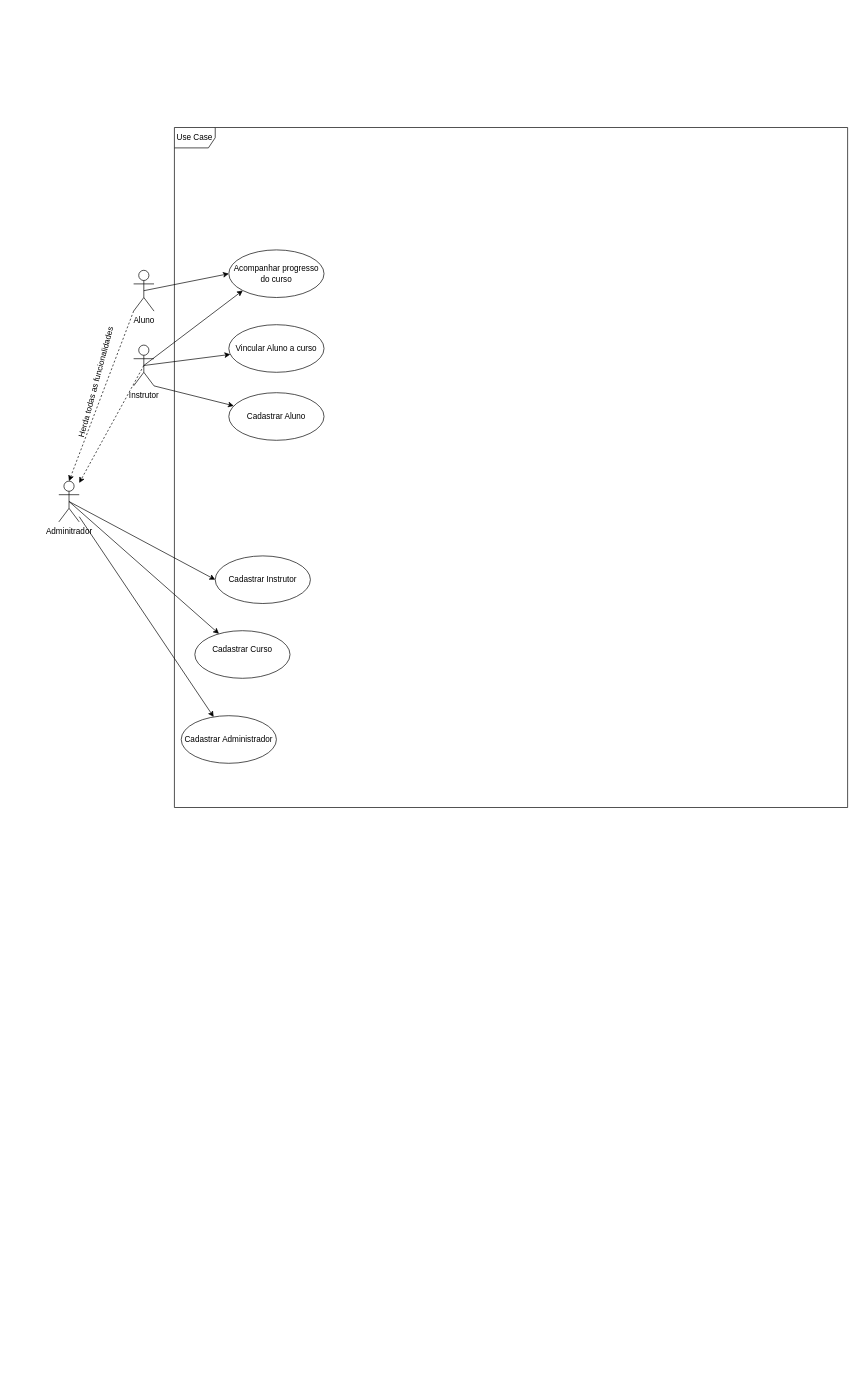
Gileno29/EAD keeps this draw.io diagram as Diagrama sem nome.drawio. Above is the earlier version. Source tidied: cells renumbered, new cells numbered last; positions are measured from the earlier drawing's top-left corner, leaving out a move shared by most shapes. Both pictures are drawn from the tidied source at 68%, with x=0, y=0 at pixel (31, 127).
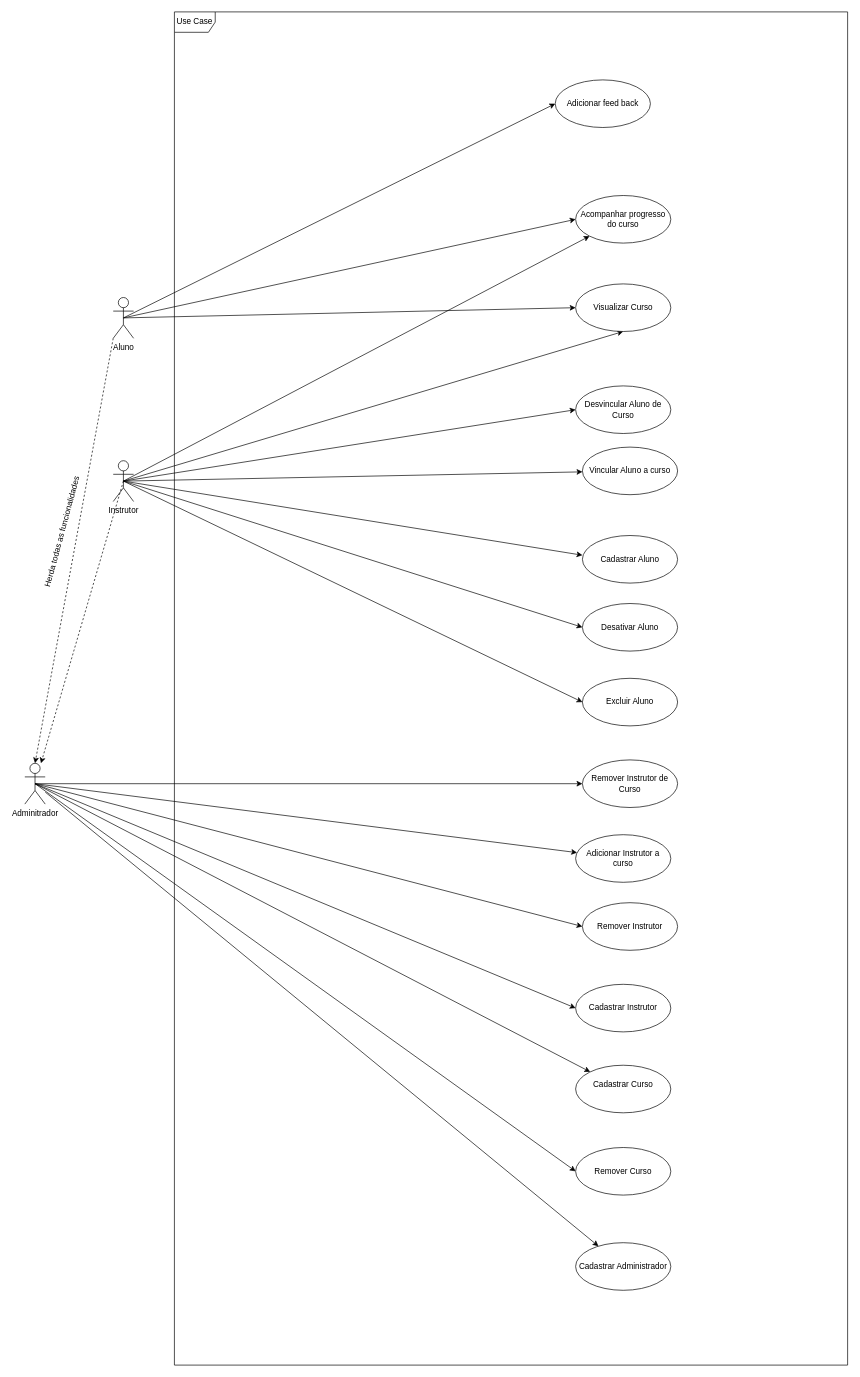
The same page after the edit.

Change to the diagram source:
```diff
@@
-    <mxCell id="2" style="rounded=0;jettySize=auto;html=1;exitX=1;exitY=1;exitDx=0;exitDy=0;exitPerimeter=0;" parent="1" edge="1" source="6" target="9">
-      <mxGeometry relative="1" as="geometry" />
-    </mxCell>
@@
+    <mxCell id="22" style="rounded=0;jettySize=auto;html=1;exitX=0.5;exitY=0.5;exitDx=0;exitDy=0;exitPerimeter=0;entryX=0;entryY=0.5;entryDx=0;entryDy=0;" parent="1" edge="1" source="6" target="32">
+      <mxGeometry relative="1" as="geometry" />
+    </mxCell>
+    <mxCell id="23" style="rounded=0;jettySize=auto;html=1;exitX=0.5;exitY=0.5;exitDx=0;exitDy=0;exitPerimeter=0;entryX=0;entryY=0.5;entryDx=0;entryDy=0;" parent="1" edge="1" source="6" target="33">
+      <mxGeometry relative="1" as="geometry" />
+    </mxCell>
+    <mxCell id="24" style="rounded=0;jettySize=auto;html=1;exitX=0.5;exitY=0.5;exitDx=0;exitDy=0;exitPerimeter=0;entryX=0;entryY=0.5;entryDx=0;entryDy=0;" parent="1" edge="1" source="6" target="34">
+      <mxGeometry relative="1" as="geometry" />
+    </mxCell>
+    <mxCell id="25" style="rounded=0;jettySize=auto;html=1;exitX=0.5;exitY=0.5;exitDx=0;exitDy=0;exitPerimeter=0;entryX=0.5;entryY=1;entryDx=0;entryDy=0;" parent="1" edge="1" source="6" target="39">
+      <mxGeometry relative="1" as="geometry" />
+    </mxCell>
     <mxCell id="6" value="Instrutor&lt;div&gt;&lt;br&gt;&lt;/div&gt;" style="shape=umlActor;verticalLabelPosition=bottom;verticalAlign=top;html=1;outlineConnect=0;" parent="1" vertex="1">
-      <mxGeometry x="150" y="320" width="30" height="60" as="geometry" />
+      <mxGeometry x="120" y="490" width="30" height="60" as="geometry" />
     </mxCell>
@@
+    <mxCell id="26" style="rounded=0;jettySize=auto;html=1;exitX=0.5;exitY=0.5;exitDx=0;exitDy=0;exitPerimeter=0;entryX=0;entryY=0.5;entryDx=0;entryDy=0;" parent="1" edge="1" source="8" target="39">
+      <mxGeometry relative="1" as="geometry" />
+    </mxCell>
+    <mxCell id="27" style="rounded=0;jettySize=auto;html=1;exitX=0.5;exitY=0.5;exitDx=0;exitDy=0;exitPerimeter=0;entryX=0;entryY=0.5;entryDx=0;entryDy=0;" parent="1" edge="1" source="8" target="40">
+      <mxGeometry relative="1" as="geometry" />
+    </mxCell>
     <mxCell id="8" value="&lt;div&gt;Aluno&lt;/div&gt;" style="shape=umlActor;verticalLabelPosition=bottom;verticalAlign=top;html=1;outlineConnect=0;" parent="1" vertex="1">
-      <mxGeometry x="150" y="210" width="30" height="60" as="geometry" />
+      <mxGeometry x="120" y="250" width="30" height="60" as="geometry" />
     </mxCell>
     <mxCell id="9" value="Cadastrar Aluno" style="ellipse;whiteSpace=wrap;html=1;" parent="1" vertex="1">
-      <mxGeometry x="290" y="390" width="140" height="70" as="geometry" />
+      <mxGeometry x="810" y="600" width="140" height="70" as="geometry" />
     </mxCell>
     <mxCell id="10" value="Cadastrar Curso&lt;div&gt;&lt;br&gt;&lt;/div&gt;" style="ellipse;whiteSpace=wrap;html=1;" parent="1" vertex="1">
-      <mxGeometry x="240" y="740" width="140" height="70" as="geometry" />
+      <mxGeometry x="800" y="1379" width="140" height="70" as="geometry" />
     </mxCell>
     <mxCell id="11" value="Vincular Aluno a curso" style="ellipse;whiteSpace=wrap;html=1;" parent="1" vertex="1">
-      <mxGeometry x="290" y="290" width="140" height="70" as="geometry" />
+      <mxGeometry x="810" y="470" width="140" height="70" as="geometry" />
     </mxCell>
@@
+    <mxCell id="28" style="rounded=0;jettySize=auto;html=1;exitX=0.5;exitY=0.5;exitDx=0;exitDy=0;exitPerimeter=0;entryX=0;entryY=0.5;entryDx=0;entryDy=0;" parent="1" edge="1" source="15" target="36">
+      <mxGeometry relative="1" as="geometry" />
+    </mxCell>
+    <mxCell id="29" style="rounded=0;jettySize=auto;html=1;exitX=0.5;exitY=0.5;exitDx=0;exitDy=0;exitPerimeter=0;entryX=0;entryY=0.5;entryDx=0;entryDy=0;" parent="1" edge="1" source="15" target="35">
+      <mxGeometry relative="1" as="geometry" />
+    </mxCell>
+    <mxCell id="30" style="rounded=0;jettySize=auto;html=1;exitX=0.5;exitY=0.5;exitDx=0;exitDy=0;exitPerimeter=0;" parent="1" edge="1" source="15" target="37">
+      <mxGeometry relative="1" as="geometry" />
+    </mxCell>
+    <mxCell id="31" style="rounded=0;jettySize=auto;html=1;exitX=0.5;exitY=0.5;exitDx=0;exitDy=0;exitPerimeter=0;" parent="1" edge="1" source="15" target="38">
+      <mxGeometry relative="1" as="geometry" />
+    </mxCell>
     <mxCell id="15" value="&lt;div&gt;Adminitrador&lt;/div&gt;" style="shape=umlActor;verticalLabelPosition=bottom;verticalAlign=top;html=1;outlineConnect=0;" parent="1" vertex="1">
-      <mxGeometry x="40" y="520" width="30" height="60" as="geometry" />
+      <mxGeometry x="-10" y="935" width="30" height="60" as="geometry" />
     </mxCell>
     <mxCell id="16" value="Use Case" style="shape=umlFrame;whiteSpace=wrap;html=1;" parent="1" vertex="1">
-      <mxGeometry x="210" width="990" height="1000" as="geometry" />
+      <mxGeometry x="210" y="-170" width="990" height="1990" as="geometry" />
     </mxCell>
     <mxCell id="17" value="Cadastrar Instrutor" style="ellipse;whiteSpace=wrap;html=1;" parent="1" vertex="1">
-      <mxGeometry x="270" y="630" width="140" height="70" as="geometry" />
+      <mxGeometry x="800" y="1260" width="140" height="70" as="geometry" />
     </mxCell>
     <mxCell id="18" value="Cadastrar Administrador" style="ellipse;whiteSpace=wrap;html=1;" parent="1" vertex="1">
-      <mxGeometry x="220" y="865" width="140" height="70" as="geometry" />
+      <mxGeometry x="800" y="1640" width="140" height="70" as="geometry" />
     </mxCell>
     <mxCell id="19" value="Herda todas as funcionalidades" style="text;html=1;align=center;verticalAlign=middle;strokeColor=none;fillColor=none;rotation=-75;" parent="1" vertex="1">
-      <mxGeometry y="360" width="190" height="30" as="geometry" />
+      <mxGeometry x="-50" y="580" width="190" height="30" as="geometry" />
     </mxCell>
@@
     <mxCell id="21" value="Acom&lt;span style=&quot;background-color: initial;&quot;&gt;panhar progresso do curso&lt;/span&gt;" style="ellipse;whiteSpace=wrap;html=1;" parent="1" vertex="1">
-      <mxGeometry x="290" y="180" width="140" height="70" as="geometry" />
+      <mxGeometry x="800" y="100" width="140" height="70" as="geometry" />
     </mxCell>
+    <mxCell id="32" value="Desativar Aluno" style="ellipse;whiteSpace=wrap;html=1;" parent="1" vertex="1">
+      <mxGeometry x="810" y="700" width="140" height="70" as="geometry" />
+    </mxCell>
+    <mxCell id="33" value="Excluir Aluno" style="ellipse;whiteSpace=wrap;html=1;" parent="1" vertex="1">
+      <mxGeometry x="810" y="810" width="140" height="70" as="geometry" />
+    </mxCell>
+    <mxCell id="34" value="Desvincular Aluno de Curso" style="ellipse;whiteSpace=wrap;html=1;" parent="1" vertex="1">
+      <mxGeometry x="800" y="380" width="140" height="70" as="geometry" />
+    </mxCell>
+    <mxCell id="2" style="rounded=0;jettySize=auto;html=1;exitX=0.5;exitY=0.5;exitDx=0;exitDy=0;exitPerimeter=0;entryX=0;entryY=0.414;entryDx=0;entryDy=0;entryPerimeter=0;" parent="1" edge="1" source="6" target="9">
+      <mxGeometry relative="1" as="geometry" />
+    </mxCell>
+    <mxCell id="35" value="Remover Curso" style="ellipse;whiteSpace=wrap;html=1;" parent="1" vertex="1">
+      <mxGeometry x="800" y="1500" width="140" height="70" as="geometry" />
+    </mxCell>
+    <mxCell id="36" value="Remover Instrutor" style="ellipse;whiteSpace=wrap;html=1;" parent="1" vertex="1">
+      <mxGeometry x="810" y="1140" width="140" height="70" as="geometry" />
+    </mxCell>
+    <mxCell id="37" value="Adicionar Instrutor a curso" style="ellipse;whiteSpace=wrap;html=1;" parent="1" vertex="1">
+      <mxGeometry x="800" y="1040" width="140" height="70" as="geometry" />
+    </mxCell>
+    <mxCell id="38" value="Remover Instrutor de Curso" style="ellipse;whiteSpace=wrap;html=1;" parent="1" vertex="1">
+      <mxGeometry x="810" y="930" width="140" height="70" as="geometry" />
+    </mxCell>
+    <mxCell id="39" value="Visualizar Curso" style="ellipse;whiteSpace=wrap;html=1;" parent="1" vertex="1">
+      <mxGeometry x="800" y="230" width="140" height="70" as="geometry" />
+    </mxCell>
+    <mxCell id="40" value="Adicionar feed back" style="ellipse;whiteSpace=wrap;html=1;" parent="1" vertex="1">
+      <mxGeometry x="770" y="-70" width="140" height="70" as="geometry" />
+    </mxCell>
```
